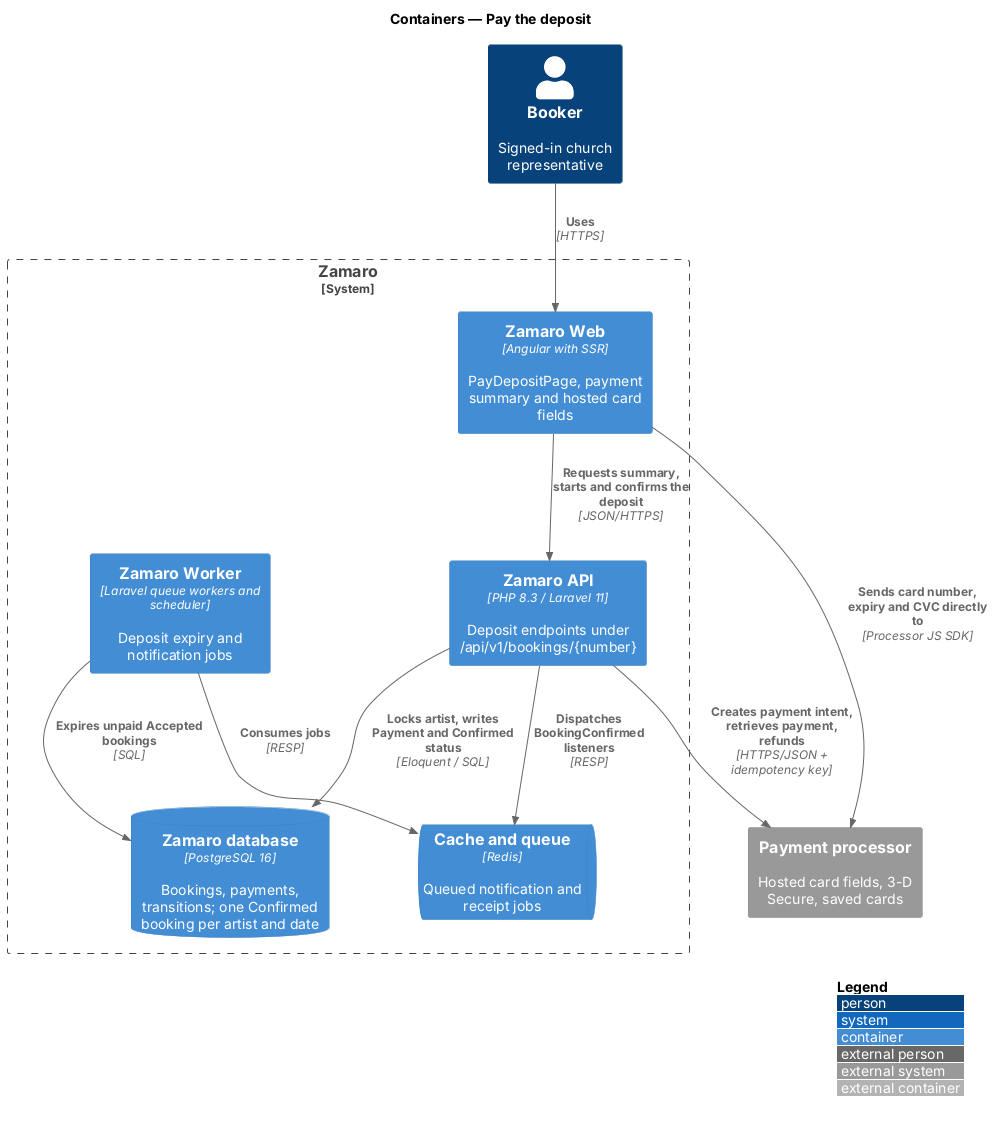
Above: docs/detailed-designs/payments/pay-deposit/diagrams/c4-container.png in QuinntyneBrown/zamaro (PlantUML), before the change.
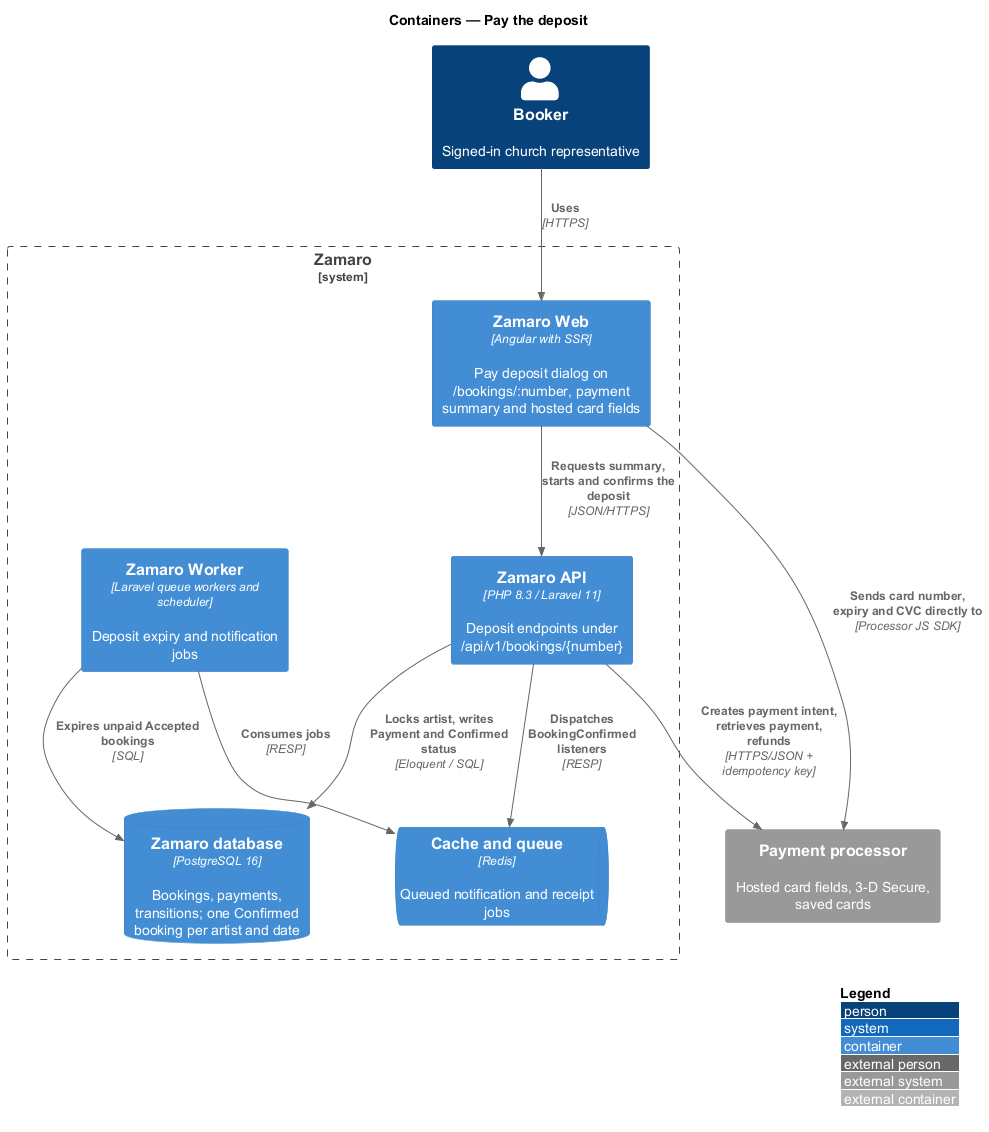
Later version of the same file.

Diff of the diagram source:
```diff
@@ -6,7 +6,7 @@
 Person(booker, "Booker", "Signed-in church representative")
 System_Ext(processor, "Payment processor", "Hosted card fields, 3-D Secure, saved cards")
 System_Boundary(zamaro, "Zamaro") {
-  Container(web, "Zamaro Web", "Angular with SSR", "PayDepositPage, payment summary and hosted card fields")
+  Container(web, "Zamaro Web", "Angular with SSR", "Pay deposit dialog on /bookings/:number, payment summary and hosted card fields")
   Container(api, "Zamaro API", "PHP 8.3 / Laravel 11", "Deposit endpoints under /api/v1/bookings/{number}")
   Container(worker, "Zamaro Worker", "Laravel queue workers and scheduler", "Deposit expiry and notification jobs")
   ContainerDb(db, "Zamaro database", "PostgreSQL 16", "Bookings, payments, transitions; one Confirmed booking per artist and date")
```
